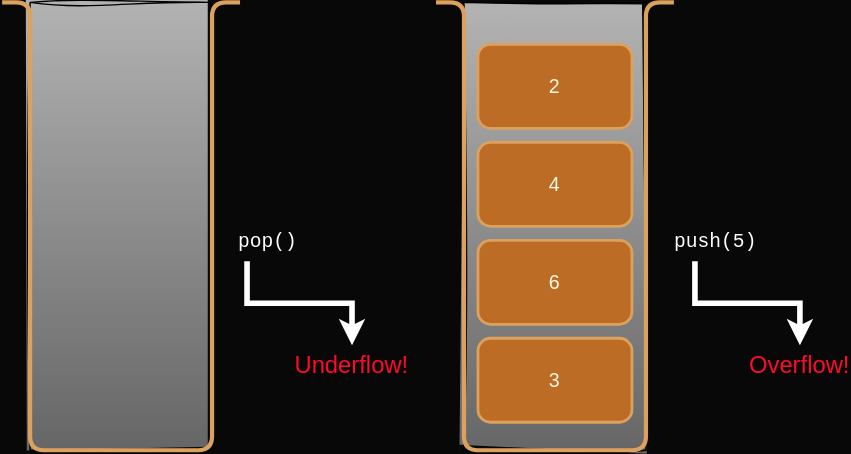
Before: 3-Stacks/images/stack3.svg, a diagram exported from draw.io (JAC-CS-Programming-4-W24/Notes). Source tidied: cells renumbered, new cells last; positions are measured from the earlier drawing's top-left corner, leaving out a move shared by most shapes.
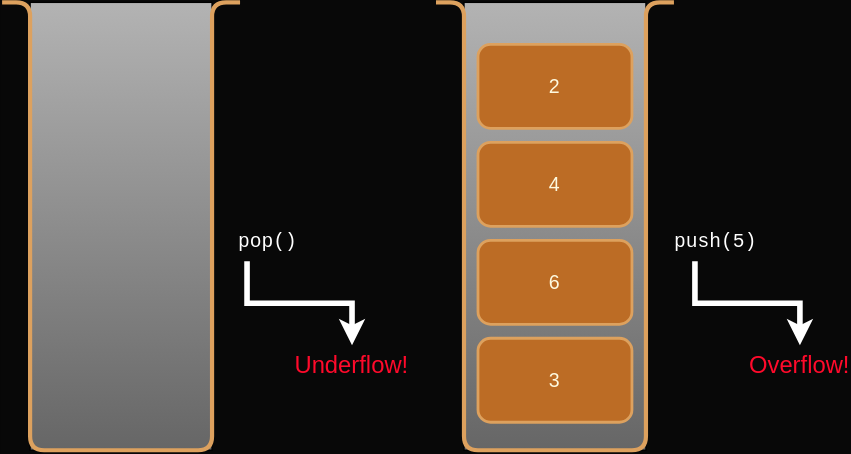
The same diagram one commit later.

What changed in the source:
```diff
@@ -2,10 +2,10 @@
   <root>
     <mxCell id="0" />
     <mxCell id="1" parent="0" />
-    <mxCell id="2" style="rounded=0;whiteSpace=wrap;html=1;sketch=1;hachureGap=4;jiggle=2;curveFitting=1;fontFamily=Architects Daughter;fontSource=https%3A%2F%2Ffonts.googleapis.com%2Fcss%3Ffamily%3DArchitects%2BDaughter;fontSize=20;gradientColor=#666666;fillColor=#B3B3B3;" parent="1" vertex="1">
+    <mxCell id="2" style="rounded=0;whiteSpace=wrap;html=1;hachureGap=4;fontFamily=Architects Daughter;fontSource=https%3A%2F%2Ffonts.googleapis.com%2Fcss%3Ffamily%3DArchitects%2BDaughter;fontSize=20;gradientColor=#666666;fillColor=#B3B3B3;" parent="1" vertex="1">
       <mxGeometry x="330" width="130" height="320" as="geometry" />
     </mxCell>
-    <mxCell id="3" style="rounded=0;whiteSpace=wrap;html=1;sketch=1;hachureGap=4;jiggle=2;curveFitting=1;fontFamily=Architects Daughter;fontSource=https%3A%2F%2Ffonts.googleapis.com%2Fcss%3Ffamily%3DArchitects%2BDaughter;fontSize=20;gradientColor=#666666;fillColor=#B3B3B3;" parent="1" vertex="1">
+    <mxCell id="3" style="rounded=0;whiteSpace=wrap;html=1;hachureGap=4;fontFamily=Architects Daughter;fontSource=https%3A%2F%2Ffonts.googleapis.com%2Fcss%3Ffamily%3DArchitects%2BDaughter;fontSize=20;gradientColor=#666666;fillColor=#B3B3B3;" parent="1" vertex="1">
       <mxGeometry x="20" width="130" height="320" as="geometry" />
     </mxCell>
     <mxCell id="4" style="endArrow=none;html=1;rounded=1;edgeStyle=orthogonalEdgeStyle;strokeWidth=3;labelBackgroundColor=#283618;strokeColor=#DDA15E;fontColor=#FEFAE0;" parent="1" edge="1">
```
